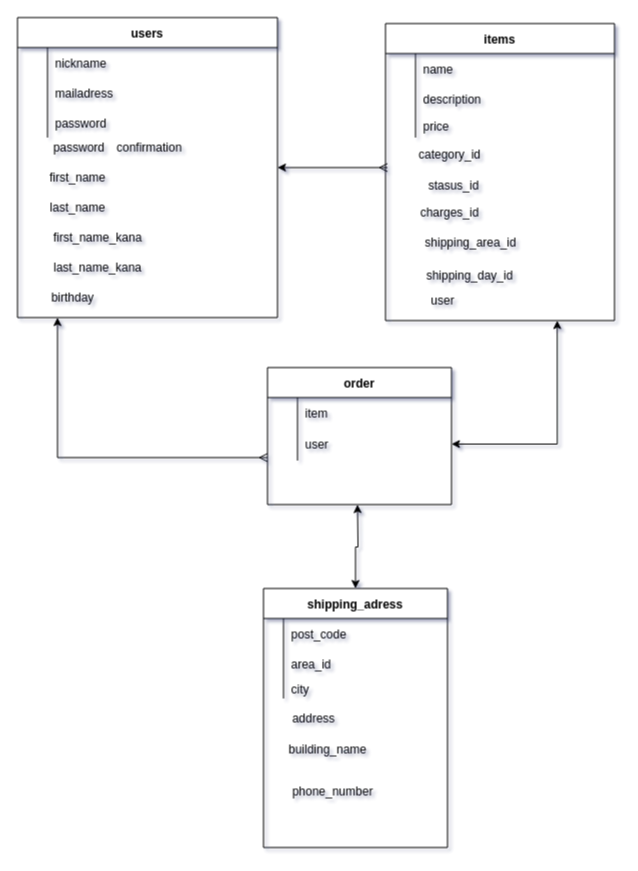
The draw.io diagram ER図.dio in nobu0526/furima-35578, before the edit. Source tidied: cells renumbered, new cells numbered last; positions are measured from the earlier drawing's top-left corner, leaving out a move shared by most shapes. Both pictures are drawn from the tidied source at 100%, with x=0, y=0 at pixel (17, 17).
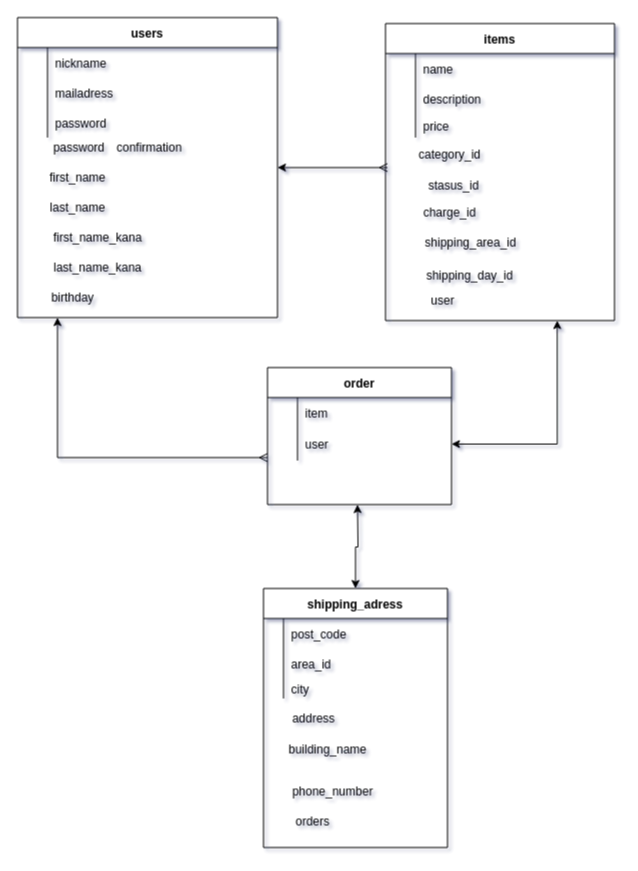
After the change.

Change to the diagram source:
```diff
@@
-    <mxCell id="51" value="charges_id" style="text;html=1;align=center;verticalAlign=middle;" parent="1" vertex="1">
-      <mxGeometry x="397" y="186" width="69" height="18" as="geometry" />
+    <mxCell id="51" value="charge_id" style="text;html=1;align=center;verticalAlign=middle;" parent="1" vertex="1">
+      <mxGeometry x="400" y="186" width="63" height="18" as="geometry" />
     </mxCell>
@@
+    <mxCell id="58" value="orders" style="text;html=1;align=center;verticalAlign=middle;" parent="1" vertex="1">
+      <mxGeometry x="273" y="795" width="44" height="18" as="geometry" />
+    </mxCell>
```
